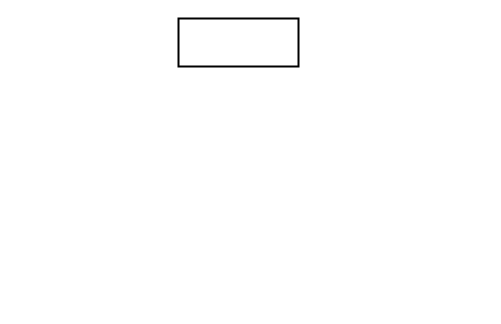
Above: page "Page-2" (2 of 3) of nats/jetstream.drawio in dovics/draw.io (draw.io), before the change. Source tidied: cells renumbered, new cells numbered last; positions are measured from the earlier drawing's top-left corner, leaving out a move shared by most shapes. Both pictures are drawn from the tidied source at 100%, with x=0, y=0 at pixel (178, 18).
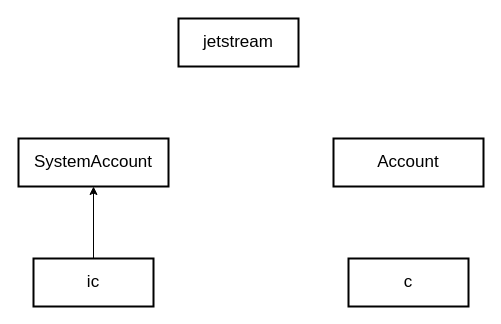
The same diagram, later.

What changed in the source:
```diff
@@
 <mxGraphModel>
   <root>
     <mxCell id="0" />
     <mxCell id="1" parent="0" />
-    <mxCell id="2" style="rounded=0;whiteSpace=wrap;html=1;strokeWidth=2;fontSize=17;" parent="1" vertex="1">
+    <mxCell id="2" value="jetstream" style="rounded=0;whiteSpace=wrap;html=1;strokeWidth=2;fontSize=17;" parent="1" vertex="1">
       <mxGeometry width="120" height="48" as="geometry" />
     </mxCell>
+    <mxCell id="3" value="SystemAccount" style="rounded=0;whiteSpace=wrap;html=1;strokeWidth=2;fontSize=17;" parent="1" vertex="1">
+      <mxGeometry x="-160" y="120" width="150" height="48" as="geometry" />
+    </mxCell>
+    <mxCell id="4" style="edgeStyle=orthogonalEdgeStyle;rounded=0;jettySize=auto;html=1;exitX=0.5;exitY=0;exitDx=0;exitDy=0;entryX=0.5;entryY=1;entryDx=0;entryDy=0;" parent="1" edge="1" source="5" target="3">
+      <mxGeometry relative="1" as="geometry" />
+    </mxCell>
+    <mxCell id="5" value="ic" style="rounded=0;whiteSpace=wrap;html=1;strokeWidth=2;fontSize=17;" parent="1" vertex="1">
+      <mxGeometry x="-145" y="240" width="120" height="48" as="geometry" />
+    </mxCell>
+    <mxCell id="6" value="Account" style="rounded=0;whiteSpace=wrap;html=1;strokeWidth=2;fontSize=17;" parent="1" vertex="1">
+      <mxGeometry x="155" y="120" width="150" height="48" as="geometry" />
+    </mxCell>
+    <mxCell id="7" value="c" style="rounded=0;whiteSpace=wrap;html=1;strokeWidth=2;fontSize=17;" parent="1" vertex="1">
+      <mxGeometry x="170" y="240" width="120" height="48" as="geometry" />
+    </mxCell>
   </root>
 </mxGraphModel>
```
